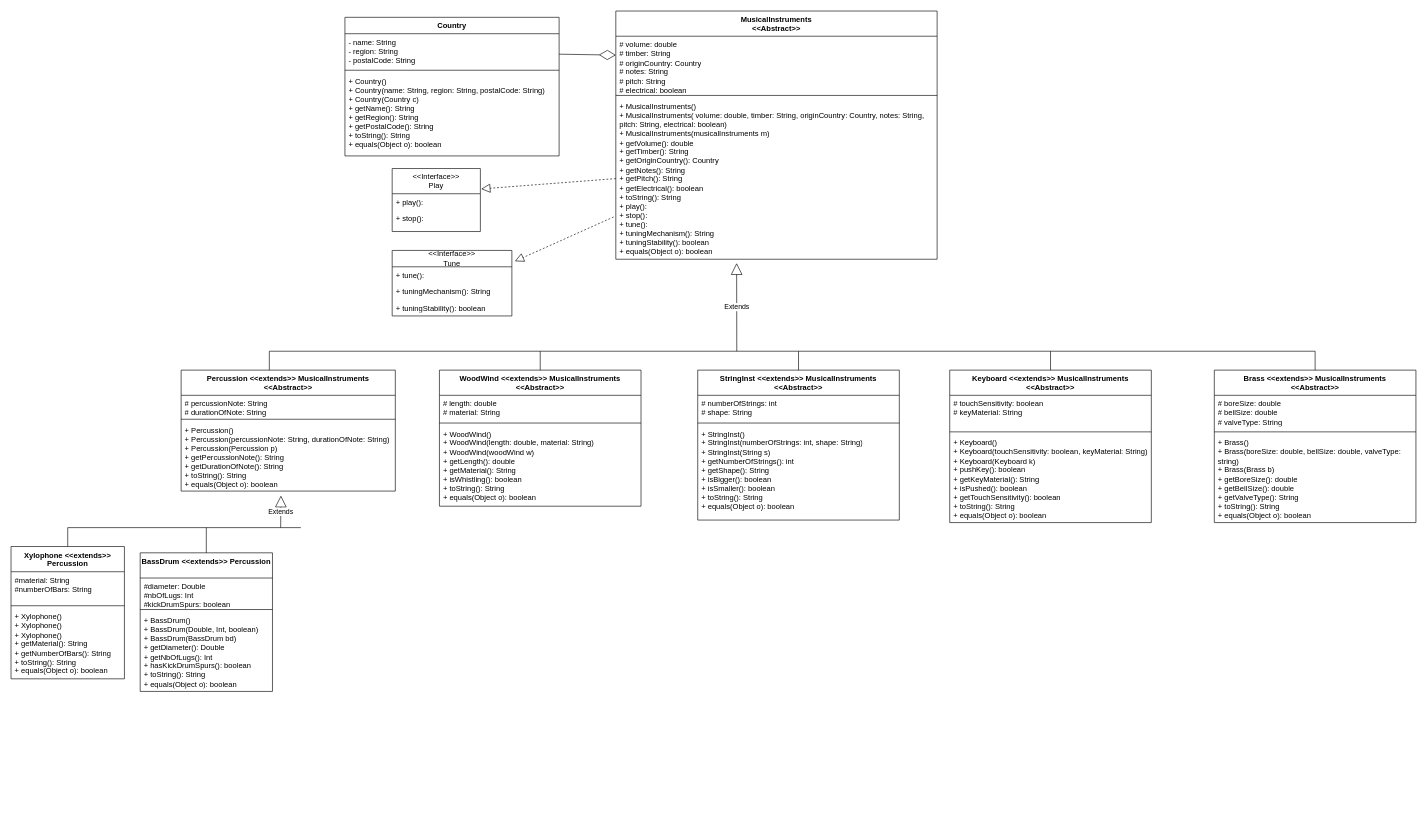
This is page "Page-2" (2 of 2) of Untitled Diagram.drawio from red-asteriscus/OOD-project-1, a draw.io file, before an edit. Source tidied: cells renumbered, new cells numbered last; positions are measured from the earlier drawing's top-left corner, leaving out a move shared by most shapes. Both pictures are drawn from the tidied source at 63%, with x=0, y=0 at pixel (11, 11).
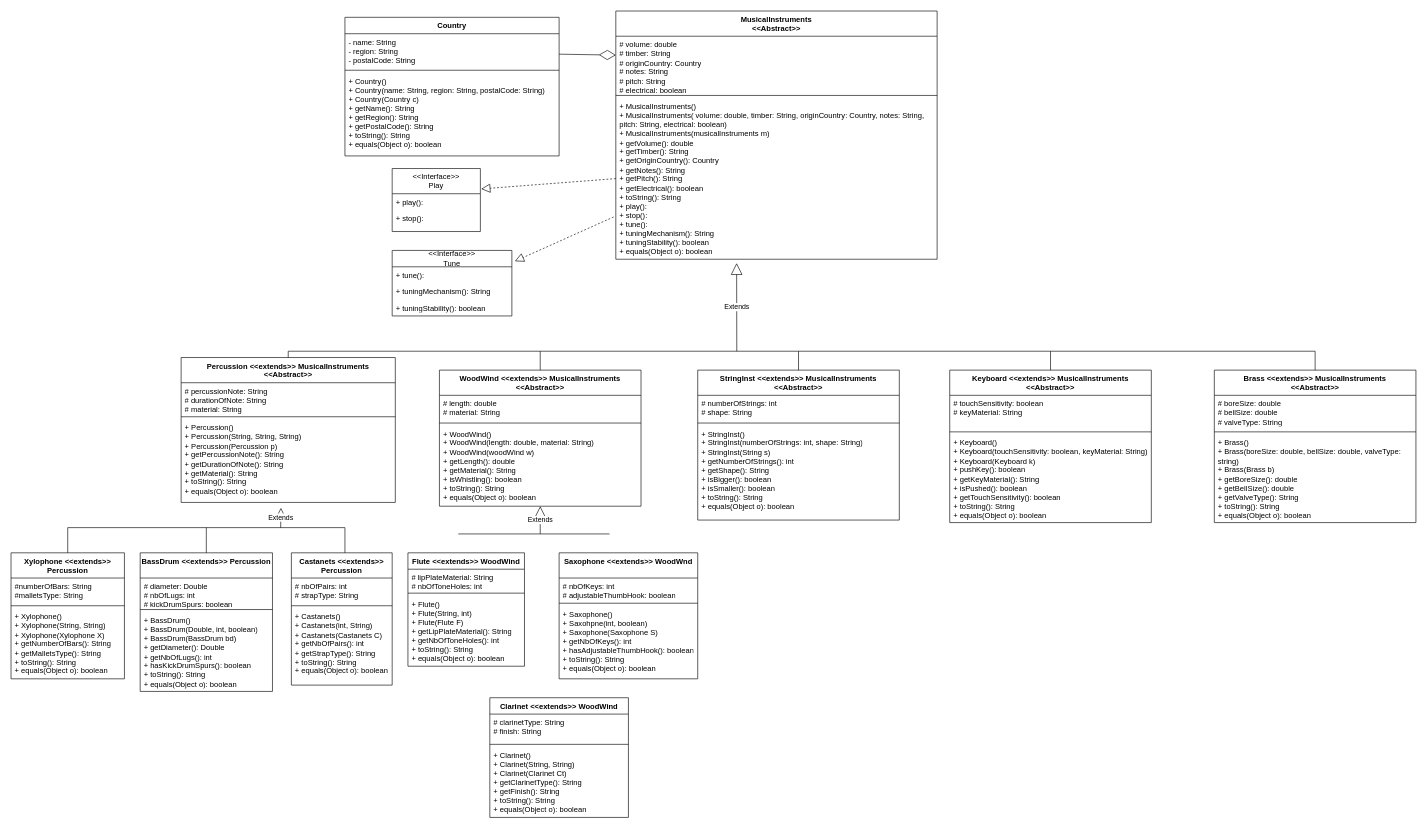
Above is the later version.

Unchanged cells that the change refers to:
```xml
<mxCell id="54" value="BassDrum &amp;lt;&amp;lt;extends&amp;gt;&amp;gt; Percussion" style="swimlane;fontStyle=1;align=center;verticalAlign=top;horizontal=1;startSize=40;whiteSpace=wrap;html=1;" parent="1" vertex="1">
  <mxGeometry x="205" y="860" width="210" height="220" as="geometry" />
</mxCell>
```

What changed in the source:
```diff
@@
     <mxCell id="11" value="Percussion &amp;lt;&amp;lt;extends&amp;gt;&amp;gt; MusicalInstruments&lt;br&gt;&amp;lt;&amp;lt;Abstract&amp;gt;&amp;gt;" style="swimlane;fontStyle=1;align=center;verticalAlign=top;horizontal=1;startSize=40;whiteSpace=wrap;html=1;" parent="1" vertex="1">
-      <mxGeometry x="270" y="570" width="340" height="192" as="geometry" />
+      <mxGeometry x="270" y="550" width="340" height="230" as="geometry" />
     </mxCell>
-    <mxCell id="12" value="# percussionNote: String&lt;br&gt;# durationOfNote: String" style="text;strokeColor=none;fillColor=none;align=left;verticalAlign=top;spacingLeft=4;spacingRight=4;overflow=hidden;whiteSpace=wrap;html=1;" parent="11" vertex="1">
-      <mxGeometry y="40" width="340" height="34" as="geometry" />
+    <mxCell id="12" value="# percussionNote: String&lt;br&gt;# durationOfNote: String&lt;br&gt;# material: String" style="text;strokeColor=none;fillColor=none;align=left;verticalAlign=top;spacingLeft=4;spacingRight=4;overflow=hidden;whiteSpace=wrap;html=1;" parent="11" vertex="1">
+      <mxGeometry y="40" width="340" height="50" as="geometry" />
     </mxCell>
     <mxCell id="13" style="line;strokeWidth=1;fillColor=none;align=left;verticalAlign=middle;spacingTop=-1;spacingLeft=3;spacingRight=3;labelPosition=right;strokeColor=inherit;" parent="11" vertex="1">
-      <mxGeometry y="74" width="340" height="8" as="geometry" />
+      <mxGeometry y="90" width="340" height="8" as="geometry" />
     </mxCell>
-    <mxCell id="14" value="+ Percussion()&lt;br&gt;+ Percussion(percussionNote: String, durationOfNote: String)&lt;br&gt;+ Percussion(Percussion p)&lt;br&gt;+ getPercussionNote(): String&lt;br&gt;+ getDurationOfNote(): String&lt;br&gt;+ toString(): String&lt;br&gt;+ equals(Object o): boolean" style="text;strokeColor=none;fillColor=none;align=left;verticalAlign=top;spacingLeft=4;spacingRight=4;overflow=hidden;points=[[0,0.5],[1,0.5]];portConstraint=eastwest;whiteSpace=wrap;html=1;" parent="11" vertex="1">
-      <mxGeometry y="82" width="340" height="110" as="geometry" />
+    <mxCell id="14" value="+ Percussion()&lt;br&gt;+ Percussion(String, String, String)&lt;br&gt;+ Percussion(Percussion p)&lt;br&gt;+ getPercussionNote(): String&lt;br&gt;+ getDurationOfNote(): String&lt;br&gt;+ getMaterial(): String&lt;br&gt;+ toString(): String&lt;br&gt;+ equals(Object o): boolean" style="text;strokeColor=none;fillColor=none;align=left;verticalAlign=top;spacingLeft=4;spacingRight=4;overflow=hidden;points=[[0,0.5],[1,0.5]];portConstraint=eastwest;whiteSpace=wrap;html=1;" parent="11" vertex="1">
+      <mxGeometry y="98" width="340" height="132" as="geometry" />
     </mxCell>
@@
     <mxCell id="29" style="endArrow=none;html=1;rounded=0;" parent="1" edge="1">
       <mxGeometry relative="1" as="geometry">
-        <mxPoint x="410" y="540" as="sourcePoint" />
+        <mxPoint x="440" y="540" as="sourcePoint" />
         <mxPoint x="2070" y="540" as="targetPoint" />
       </mxGeometry>
     </mxCell>
@@
-    <mxCell id="31" style="endArrow=none;html=1;rounded=0;" parent="1" edge="1">
+    <mxCell id="31" style="endArrow=none;html=1;rounded=0;exitX=0.5;exitY=0;exitDx=0;exitDy=0;" parent="1" edge="1" source="11">
       <mxGeometry relative="1" as="geometry">
-        <mxPoint x="410" y="570" as="sourcePoint" />
-        <mxPoint x="410" y="540" as="targetPoint" />
+        <mxPoint x="440" y="540" as="targetPoint" />
       </mxGeometry>
     </mxCell>
@@
     <mxCell id="47" value="Xylophone &amp;lt;&amp;lt;extends&amp;gt;&amp;gt; Percussion" style="swimlane;fontStyle=1;align=center;verticalAlign=top;horizontal=1;startSize=40;whiteSpace=wrap;html=1;" parent="1" vertex="1">
-      <mxGeometry y="850" width="180" height="210" as="geometry" />
+      <mxGeometry y="860" width="180" height="200" as="geometry" />
     </mxCell>
-    <mxCell id="48" value="#material: String&lt;br&gt;#numberOfBars: String" style="text;strokeColor=none;fillColor=none;align=left;verticalAlign=top;spacingLeft=4;spacingRight=4;overflow=hidden;whiteSpace=wrap;html=1;" parent="47" vertex="1">
-      <mxGeometry y="40" width="180" height="50" as="geometry" />
+    <mxCell id="48" value="#numberOfBars: String&lt;br&gt;#malletsType: String" style="text;strokeColor=none;fillColor=none;align=left;verticalAlign=top;spacingLeft=4;spacingRight=4;overflow=hidden;whiteSpace=wrap;html=1;" parent="47" vertex="1">
+      <mxGeometry y="40" width="180" height="40" as="geometry" />
     </mxCell>
     <mxCell id="49" style="line;strokeWidth=1;fillColor=none;align=left;verticalAlign=middle;spacingTop=-1;spacingLeft=3;spacingRight=3;labelPosition=right;strokeColor=inherit;" parent="47" vertex="1">
-      <mxGeometry y="90" width="180" height="8" as="geometry" />
+      <mxGeometry y="80" width="180" height="8" as="geometry" />
     </mxCell>
-    <mxCell id="50" value="+ Xylophone()&lt;br&gt;+ Xylophone()&lt;br&gt;+ Xylophone()&lt;br&gt;+ getMaterial(): String&lt;br&gt;+ getNumberOfBars(): String&lt;br&gt;+ toString(): String&lt;br&gt;+ equals(Object o): boolean" style="text;strokeColor=none;fillColor=none;align=left;verticalAlign=top;spacingLeft=4;spacingRight=4;overflow=hidden;whiteSpace=wrap;html=1;" parent="47" vertex="1">
-      <mxGeometry y="98" width="180" height="112" as="geometry" />
+    <mxCell id="50" value="+ Xylophone()&lt;br&gt;+ Xylophone(String, String)&lt;br&gt;+ Xylophone(Xylophone X)&lt;br&gt;+ getNumberOfBars(): String&lt;br&gt;+ getMalletsType(): String&lt;br&gt;+ toString(): String&lt;br&gt;+ equals(Object o): boolean" style="text;strokeColor=none;fillColor=none;align=left;verticalAlign=top;spacingLeft=4;spacingRight=4;overflow=hidden;whiteSpace=wrap;html=1;" parent="47" vertex="1">
+      <mxGeometry y="88" width="180" height="112" as="geometry" />
     </mxCell>
@@
     <mxCell id="52" style="endArrow=none;html=1;rounded=0;" parent="1" edge="1">
       <mxGeometry relative="1" as="geometry">
         <mxPoint x="90" y="820" as="sourcePoint" />
-        <mxPoint x="460" y="820" as="targetPoint" />
+        <mxPoint x="530" y="820" as="targetPoint" />
       </mxGeometry>
     </mxCell>
@@
-    <mxCell id="55" value="#diameter: Double&lt;br&gt;#nbOfLugs: Int&lt;br&gt;#kickDrumSpurs: boolean" style="text;strokeColor=none;fillColor=none;align=left;verticalAlign=top;spacingLeft=4;spacingRight=4;overflow=hidden;whiteSpace=wrap;html=1;" parent="54" vertex="1">
+    <mxCell id="55" value="# diameter: Double&lt;br&gt;# nbOfLugs: int&lt;br&gt;# kickDrumSpurs: boolean" style="text;strokeColor=none;fillColor=none;align=left;verticalAlign=top;spacingLeft=4;spacingRight=4;overflow=hidden;whiteSpace=wrap;html=1;" parent="54" vertex="1">
       <mxGeometry y="40" width="210" height="46" as="geometry" />
     </mxCell>
@@
-    <mxCell id="57" value="+ BassDrum()&lt;br&gt;+ BassDrum(Double, Int, boolean)&lt;br&gt;+ BassDrum(BassDrum bd)&lt;br&gt;+ getDiameter(): Double&lt;br&gt;+ getNbOfLugs(): Int&lt;br&gt;+ hasKickDrumSpurs(): boolean&lt;br&gt;+ toString(): String&lt;br&gt;+ equals(Object o): boolean" style="text;strokeColor=none;fillColor=none;align=left;verticalAlign=top;spacingLeft=4;spacingRight=4;overflow=hidden;whiteSpace=wrap;html=1;" parent="54" vertex="1">
+    <mxCell id="57" value="+ BassDrum()&lt;br&gt;+ BassDrum(Double, int, boolean)&lt;br&gt;+ BassDrum(BassDrum bd)&lt;br&gt;+ getDiameter(): Double&lt;br&gt;+ getNbOfLugs(): int&lt;br&gt;+ hasKickDrumSpurs(): boolean&lt;br&gt;+ toString(): String&lt;br&gt;+ equals(Object o): boolean" style="text;strokeColor=none;fillColor=none;align=left;verticalAlign=top;spacingLeft=4;spacingRight=4;overflow=hidden;whiteSpace=wrap;html=1;" parent="54" vertex="1">
       <mxGeometry y="94" width="210" height="126" as="geometry" />
     </mxCell>
@@
+    <mxCell id="59" value="Castanets &amp;lt;&amp;lt;extends&amp;gt;&amp;gt; Percussion" style="swimlane;fontStyle=1;align=center;verticalAlign=top;horizontal=1;startSize=40;whiteSpace=wrap;html=1;" parent="1" vertex="1">
+      <mxGeometry x="445" y="860" width="160" height="210" as="geometry" />
+    </mxCell>
+    <mxCell id="60" value="# nbOfPairs: int&lt;br&gt;# strapType: String" style="text;strokeColor=none;fillColor=none;align=left;verticalAlign=top;spacingLeft=4;spacingRight=4;overflow=hidden;whiteSpace=wrap;html=1;" parent="59" vertex="1">
+      <mxGeometry y="40" width="160" height="40" as="geometry" />
+    </mxCell>
+    <mxCell id="61" style="line;strokeWidth=1;fillColor=none;align=left;verticalAlign=middle;spacingTop=-1;spacingLeft=3;spacingRight=3;labelPosition=right;strokeColor=inherit;" parent="59" vertex="1">
+      <mxGeometry y="80" width="160" height="8" as="geometry" />
+    </mxCell>
+    <mxCell id="62" value="+ Castanets()&lt;br&gt;+ Castanets(int, String)&lt;br&gt;+ Castanets(Castanets C)&lt;br&gt;+ getNbOfPairs(): int&lt;br&gt;+ getStrapType(): String&lt;br&gt;+ toString(): String&lt;br&gt;+ equals(Object o): boolean" style="text;strokeColor=none;fillColor=none;align=left;verticalAlign=top;spacingLeft=4;spacingRight=4;overflow=hidden;whiteSpace=wrap;html=1;" parent="59" vertex="1">
+      <mxGeometry y="88" width="160" height="122" as="geometry" />
+    </mxCell>
+    <mxCell id="63" style="endArrow=none;html=1;rounded=0;" parent="1" edge="1">
+      <mxGeometry relative="1" as="geometry">
+        <mxPoint x="530" y="860" as="sourcePoint" />
+        <mxPoint x="530" y="820" as="targetPoint" />
+      </mxGeometry>
+    </mxCell>
+    <mxCell id="64" value="Extends" style="endArrow=block;endSize=16;endFill=0;html=1;rounded=0;" parent="1" edge="1">
+      <mxGeometry relative="1" as="geometry">
+        <mxPoint x="840" y="830" as="sourcePoint" />
+        <mxPoint x="840" y="786" as="targetPoint" />
+      </mxGeometry>
+    </mxCell>
+    <mxCell id="65" value="Flute &amp;lt;&amp;lt;extends&amp;gt;&amp;gt; WoodWind" style="swimlane;fontStyle=1;align=center;verticalAlign=top;horizontal=1;startSize=26;whiteSpace=wrap;html=1;" parent="1" vertex="1">
+      <mxGeometry x="630" y="860" width="185" height="180" as="geometry" />
+    </mxCell>
+    <mxCell id="66" value="# lipPlateMaterial: String&lt;br&gt;# nbOfToneHoles: int" style="text;strokeColor=none;fillColor=none;align=left;verticalAlign=top;spacingLeft=4;spacingRight=4;overflow=hidden;whiteSpace=wrap;html=1;" parent="65" vertex="1">
+      <mxGeometry y="26" width="185" height="34" as="geometry" />
+    </mxCell>
+    <mxCell id="67" style="line;strokeWidth=1;fillColor=none;align=left;verticalAlign=middle;spacingTop=-1;spacingLeft=3;spacingRight=3;labelPosition=right;strokeColor=inherit;" parent="65" vertex="1">
+      <mxGeometry y="60" width="185" height="8" as="geometry" />
+    </mxCell>
+    <mxCell id="68" value="+ Flute()&lt;br&gt;+ Flute(String, int)&lt;br&gt;+ Flute(Flute F)&lt;br&gt;+ getLipPlateMaterial(): String&lt;br&gt;+ getNbOfToneHoles(): int&lt;br&gt;+ toString(): String&lt;br&gt;+ equals(Object o): boolean" style="text;strokeColor=none;fillColor=none;align=left;verticalAlign=top;spacingLeft=4;spacingRight=4;overflow=hidden;whiteSpace=wrap;html=1;" parent="65" vertex="1">
+      <mxGeometry y="68" width="185" height="112" as="geometry" />
+    </mxCell>
+    <mxCell id="69" value="Clarinet &amp;lt;&amp;lt;extends&amp;gt;&amp;gt; WoodWind" style="swimlane;fontStyle=1;align=center;verticalAlign=top;horizontal=1;startSize=26;whiteSpace=wrap;html=1;" parent="1" vertex="1">
+      <mxGeometry x="760" y="1090" width="220" height="190" as="geometry" />
+    </mxCell>
+    <mxCell id="70" value="# clarinetType: String&amp;nbsp;&lt;br&gt;# finish: String" style="text;strokeColor=none;fillColor=none;align=left;verticalAlign=top;spacingLeft=4;spacingRight=4;overflow=hidden;whiteSpace=wrap;html=1;" parent="69" vertex="1">
+      <mxGeometry y="26" width="220" height="44" as="geometry" />
+    </mxCell>
+    <mxCell id="71" style="line;strokeWidth=1;fillColor=none;align=left;verticalAlign=middle;spacingTop=-1;spacingLeft=3;spacingRight=3;labelPosition=right;strokeColor=inherit;" parent="69" vertex="1">
+      <mxGeometry y="70" width="220" height="8" as="geometry" />
+    </mxCell>
+    <mxCell id="72" value="+ Clarinet()&lt;br&gt;+ Clarinet(String, String)&lt;br&gt;+ Clarinet(Clarinet Ct)&lt;br&gt;+ getClarinetType(): String&lt;br&gt;+ getFinish(): String&lt;br&gt;+ toString(): String&lt;br&gt;+ equals(Object o): boolean" style="text;strokeColor=none;fillColor=none;align=left;verticalAlign=top;spacingLeft=4;spacingRight=4;overflow=hidden;whiteSpace=wrap;html=1;" parent="69" vertex="1">
+      <mxGeometry y="78" width="220" height="112" as="geometry" />
+    </mxCell>
+    <mxCell id="73" value="Saxophone &amp;lt;&amp;lt;extends&amp;gt;&amp;gt; WoodWnd" style="swimlane;fontStyle=1;align=center;verticalAlign=top;horizontal=1;startSize=40;whiteSpace=wrap;html=1;" parent="1" vertex="1">
+      <mxGeometry x="870" y="860" width="220" height="200" as="geometry" />
+    </mxCell>
+    <mxCell id="74" value="# nbOfKeys: int&lt;br&gt;# adjustableThumbHook: boolean" style="text;strokeColor=none;fillColor=none;align=left;verticalAlign=top;spacingLeft=4;spacingRight=4;overflow=hidden;whiteSpace=wrap;html=1;" parent="73" vertex="1">
+      <mxGeometry y="40" width="220" height="36" as="geometry" />
+    </mxCell>
+    <mxCell id="75" style="line;strokeWidth=1;fillColor=none;align=left;verticalAlign=middle;spacingTop=-1;spacingLeft=3;spacingRight=3;labelPosition=right;strokeColor=inherit;" parent="73" vertex="1">
+      <mxGeometry y="76" width="220" height="8" as="geometry" />
+    </mxCell>
+    <mxCell id="76" value="+ Saxophone()&lt;br&gt;+ Saxohpne(int, boolean)&lt;br&gt;+ Saxophone(Saxophone S)&lt;br&gt;+ getNbOfKeys(): int&lt;br&gt;+ hasAdjustableThumbHook(): boolean&lt;br&gt;+ toString(): String&lt;br&gt;+ equals(Object o): boolean" style="text;strokeColor=none;fillColor=none;align=left;verticalAlign=top;spacingLeft=4;spacingRight=4;overflow=hidden;whiteSpace=wrap;html=1;" parent="73" vertex="1">
+      <mxGeometry y="84" width="220" height="116" as="geometry" />
+    </mxCell>
+    <mxCell id="77" style="endArrow=none;html=1;rounded=0;" parent="1" edge="1">
+      <mxGeometry relative="1" as="geometry">
+        <mxPoint x="710" y="830" as="sourcePoint" />
+        <mxPoint x="950" y="830" as="targetPoint" />
+      </mxGeometry>
+    </mxCell>
```
